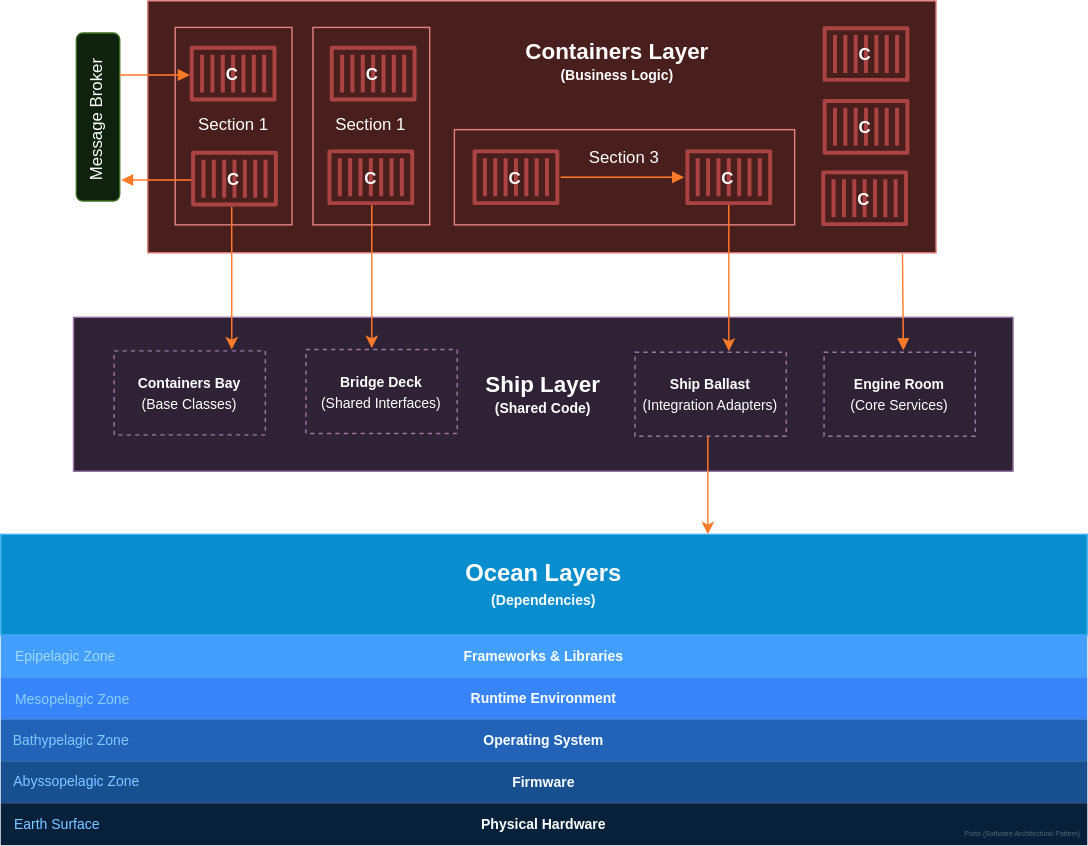
This is img/diagrams/porto_layers.svg from Mahmoudz/Porto, a draw.io export, as it was before one commit. Source tidied: cells renumbered, new cells last; positions are measured from the earlier drawing's top-left corner, leaving out a move shared by most shapes.
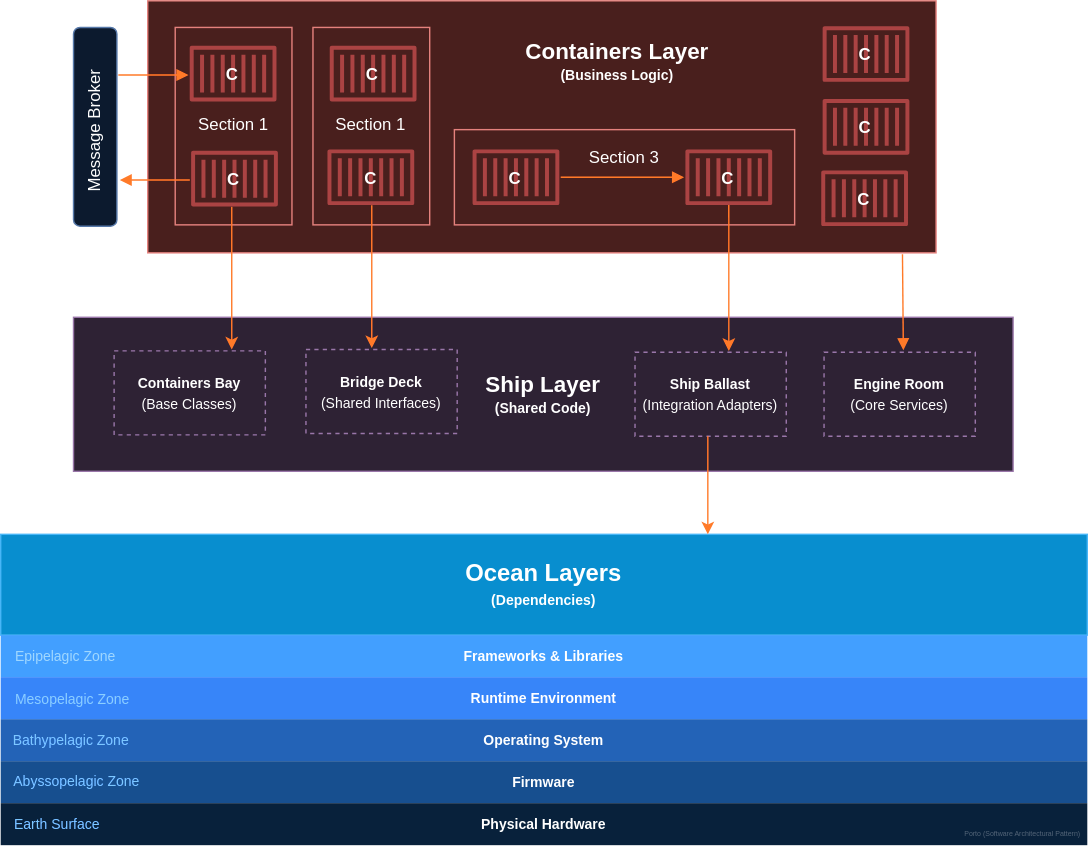
After the change.

What changed in the source:
```diff
@@ -193,22 +193,22 @@
     <mxCell id="59" value="&lt;b&gt;&lt;font style=&quot;font-size: 16px;&quot;&gt;Containers Layer &lt;/font&gt;&lt;br&gt;&lt;font style=&quot;font-size: 10px;&quot;&gt;(Business Logic)&lt;/font&gt;&lt;/b&gt;" style="text;html=1;align=center;verticalAlign=middle;strokeColor=none;fillColor=none;" parent="1" vertex="1">
       <mxGeometry x="365" y="20" width="149" height="46" as="geometry" />
     </mxCell>
-    <mxCell id="60" style="rounded=1;whiteSpace=wrap;html=1;fillColor=#d5e8d4;strokeColor=#82b366;direction=south;" parent="1" vertex="1">
-      <mxGeometry x="54" y="23" width="31" height="120" as="geometry" />
+    <mxCell id="60" style="rounded=1;whiteSpace=wrap;html=1;fillColor=#dae8fc;strokeColor=#6c8ebf;direction=south;" parent="1" vertex="1">
+      <mxGeometry x="52" y="19" width="31" height="142" as="geometry" />
     </mxCell>
     <mxCell id="61" value="Message Broker" style="text;html=1;align=center;verticalAlign=middle;strokeColor=none;fillColor=none;rotation=270;" parent="1" vertex="1">
-      <mxGeometry x="16" y="73" width="105" height="26" as="geometry" />
+      <mxGeometry x="15" y="81" width="105" height="26" as="geometry" />
     </mxCell>
     <mxCell id="62" style="endArrow=none;html=1;rounded=0;startArrow=block;startFill=1;endFill=0;strokeColor=#e65200;" parent="1" edge="1">
       <mxGeometry relative="1" as="geometry">
-        <mxPoint x="135.1" y="53" as="sourcePoint" />
-        <mxPoint x="85" y="53" as="targetPoint" />
+        <mxPoint x="134.1" y="53" as="sourcePoint" />
+        <mxPoint x="84" y="53" as="targetPoint" />
       </mxGeometry>
     </mxCell>
     <mxCell id="63" style="endArrow=block;html=1;rounded=0;startArrow=none;startFill=0;endFill=1;strokeColor=#e65200;" parent="1" edge="1">
       <mxGeometry relative="1" as="geometry">
-        <mxPoint x="136.1" y="128" as="sourcePoint" />
-        <mxPoint x="86" y="128" as="targetPoint" />
+        <mxPoint x="135.1" y="128" as="sourcePoint" />
+        <mxPoint x="85" y="128" as="targetPoint" />
       </mxGeometry>
     </mxCell>
     <mxCell id="64" value="&lt;font style=&quot;font-size: 5px;&quot;&gt;Porto (Software Architectural Pattern)&lt;/font&gt;" style="text;html=1;align=center;verticalAlign=middle;whiteSpace=wrap;rounded=0;fontColor=#8FA0B3;" parent="1" vertex="1">
```
